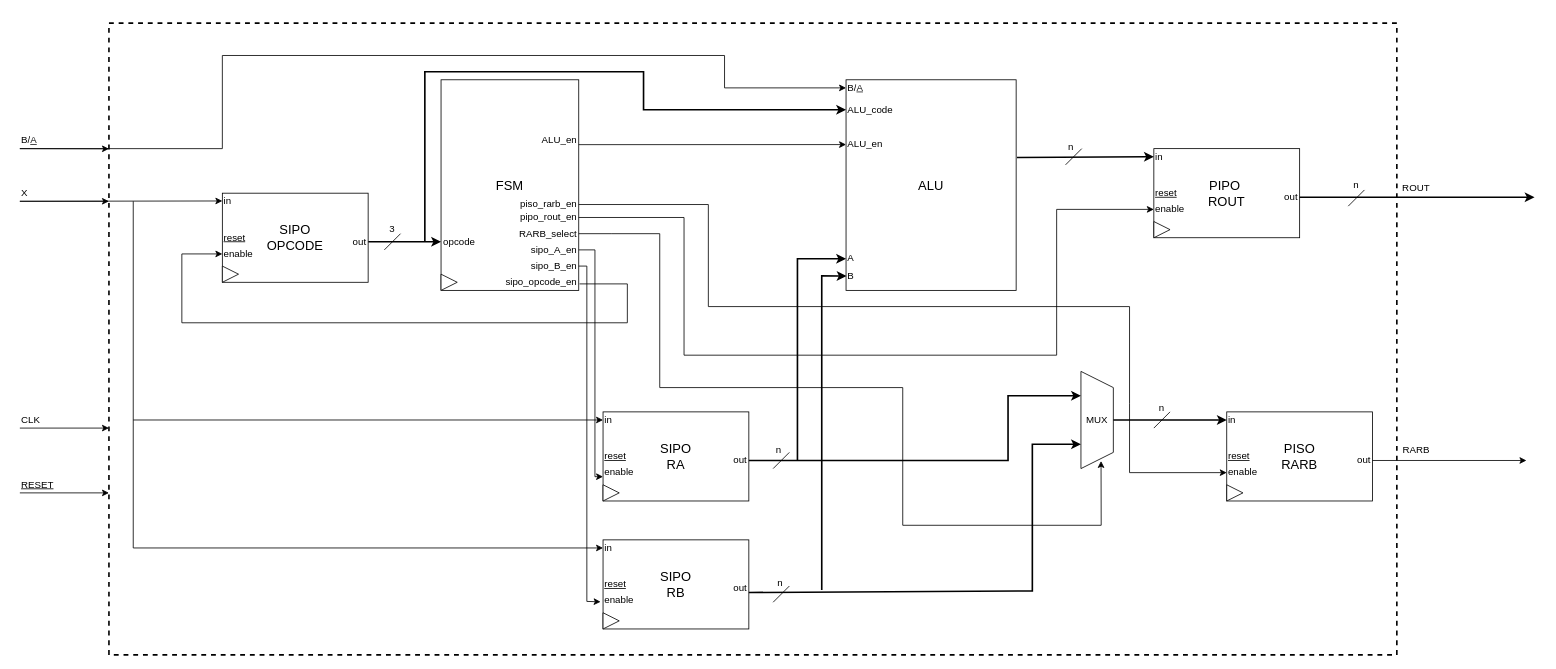
Before: docs/diagramma_blocchi.drawio in fdila/Multi-Operation-ALU-VHDL, a draw.io diagram. Source tidied: cells renumbered, new cells numbered last; positions are measured from the earlier drawing's top-left corner, leaving out a move shared by most shapes. Both pictures are drawn from the tidied source at 81%, with x=0, y=0 at pixel (19, 23).
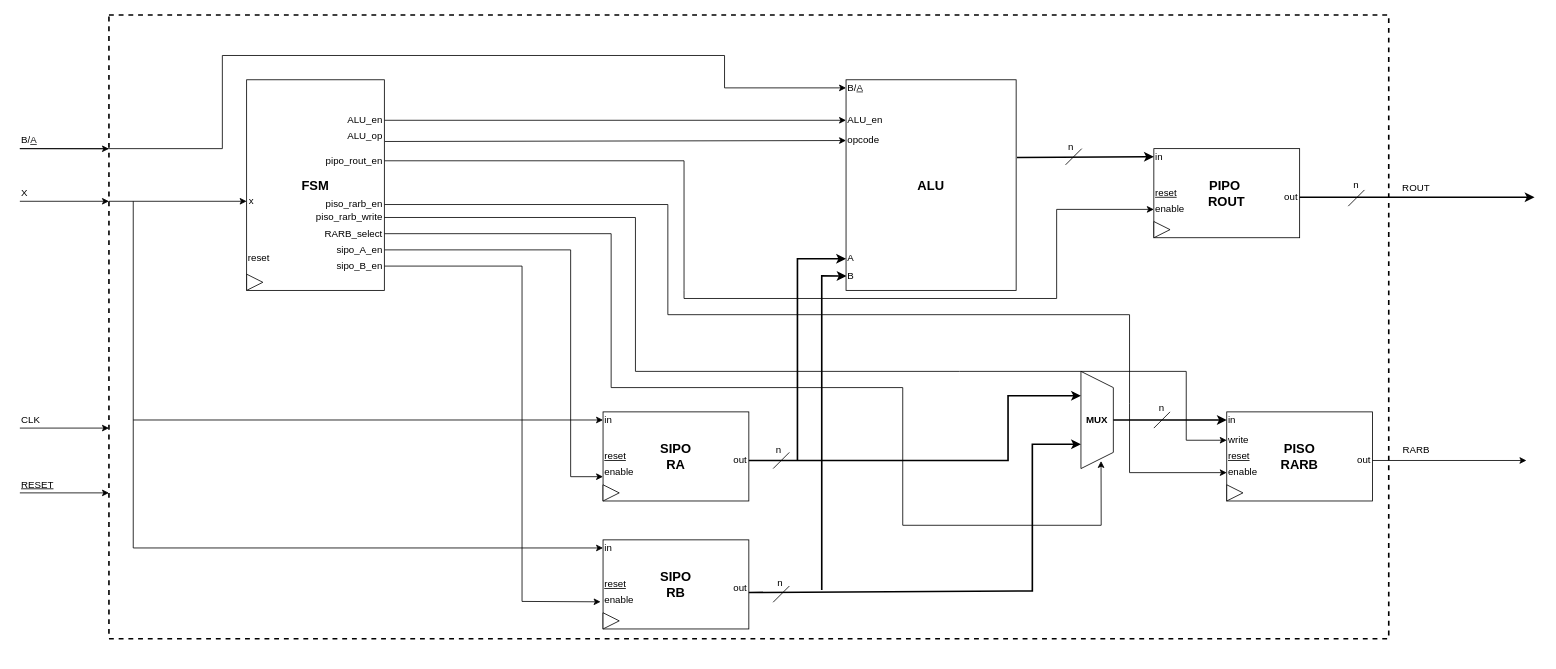
The same page after the edit.

Unchanged cells that the change refers to:
```xml
<mxCell id="12" style="group;" parent="1" vertex="1">
  <mxGeometry x="720" y="638" width="180" height="110" as="geometry" />
</mxCell>
<mxCell id="16" value="enable" style="text;html=1;strokeColor=none;fillColor=none;align=left;verticalAlign=middle;whiteSpace=wrap;rounded=0;" parent="12" vertex="1">
  <mxGeometry y="65" width="40" height="20" as="geometry" />
</mxCell>
<mxCell id="19" style="group;" parent="1" vertex="1">
  <mxGeometry x="720" y="480" width="180" height="110" as="geometry" />
</mxCell>
<mxCell id="26" style="group;" parent="1" vertex="1">
  <mxGeometry x="1400" y="155" width="180" height="110" as="geometry" />
</mxCell>
<mxCell id="30" value="enable" style="text;html=1;strokeColor=none;fillColor=none;align=left;verticalAlign=middle;whiteSpace=wrap;rounded=0;" parent="26" vertex="1">
  <mxGeometry y="65" width="40" height="20" as="geometry" />
</mxCell>
<mxCell id="44" style="group;" parent="1" vertex="1">
  <mxGeometry x="1490" y="480" width="180" height="110" as="geometry" />
</mxCell>
<mxCell id="48" value="enable" style="text;html=1;strokeColor=none;fillColor=none;align=left;verticalAlign=middle;whiteSpace=wrap;rounded=0;" parent="44" vertex="1">
  <mxGeometry y="65" width="40" height="20" as="geometry" />
</mxCell>
<mxCell id="51" style="shape=trapezoid;perimeter=trapezoidPerimeter;whiteSpace=wrap;html=1;fixedSize=1;strokeWidth=1;fillColor=none;align=center;rotation=90;" parent="1" vertex="1">
  <mxGeometry x="1270" y="470" width="120" height="40" as="geometry" />
</mxCell>
<mxCell id="68" value="B/&lt;font color=&quot;#202122&quot; face=&quot;sans-serif&quot;&gt;&lt;span style=&quot;background-color: rgb(255 , 255 , 255)&quot;&gt;&lt;u&gt;A&lt;/u&gt;&lt;/span&gt;&lt;/font&gt;" style="text;html=1;strokeColor=none;fillColor=none;align=left;verticalAlign=middle;whiteSpace=wrap;rounded=0;" parent="1" vertex="1">
  <mxGeometry y="135" width="40" height="20" as="geometry" />
</mxCell>
```

Diff of the diagram source:
```diff
@@
-    <mxCell id="2" style="rounded=0;whiteSpace=wrap;html=1;dashed=1;strokeWidth=2;fillColor=none;align=left;" parent="1" vertex="1">
-      <mxGeometry x="110" width="1590" height="780" as="geometry" />
-    </mxCell>
-    <mxCell id="3" value="3" style="text;html=1;strokeColor=none;fillColor=none;align=center;verticalAlign=middle;whiteSpace=wrap;rounded=0;" parent="1" vertex="1">
-      <mxGeometry x="440" y="244" width="40" height="20" as="geometry" />
-    </mxCell>
-    <mxCell id="4" value="&lt;font style=&quot;font-size: 16px&quot;&gt;FSM&lt;/font&gt;" style="rounded=0;whiteSpace=wrap;html=1;align=center;" parent="1" vertex="1">
-      <mxGeometry x="520" y="70" width="170" height="260" as="geometry" />
-    </mxCell>
-    <mxCell id="5" style="triangle;whiteSpace=wrap;html=1;align=left;" parent="1" vertex="1">
-      <mxGeometry x="520" y="310" width="20" height="20" as="geometry" />
-    </mxCell>
-    <mxCell id="6" value="opcode" style="text;html=1;strokeColor=none;fillColor=none;align=left;verticalAlign=middle;whiteSpace=wrap;rounded=0;" parent="1" vertex="1">
-      <mxGeometry x="521" y="260" width="40" height="20" as="geometry" />
-    </mxCell>
-    <mxCell id="7" style="endArrow=classic;html=1;rounded=0;" parent="1" edge="1">
-      <mxGeometry relative="1" as="geometry">
-        <mxPoint x="691" y="322" as="sourcePoint" />
-        <mxPoint x="250" y="285" as="targetPoint" />
-        <Array as="points">
-          <mxPoint x="750" y="322" />
-          <mxPoint x="750" y="370" />
-          <mxPoint x="200" y="370" />
-          <mxPoint x="200" y="285" />
-        </Array>
-      </mxGeometry>
-    </mxCell>
-    <mxCell id="8" value="sipo_opcode_en" style="text;html=1;strokeColor=none;fillColor=none;align=right;verticalAlign=middle;whiteSpace=wrap;rounded=0;" parent="1" vertex="1">
-      <mxGeometry x="600" y="310" width="90" height="20" as="geometry" />
-    </mxCell>
     <mxCell id="9" style="endArrow=classic;html=1;" parent="1" edge="1">
       <mxGeometry relative="1" as="geometry">
-        <mxPoint y="220" as="sourcePoint" />
-        <mxPoint x="250" y="219.6" as="targetPoint" />
+        <mxPoint x="110" y="220" as="sourcePoint" />
+        <mxPoint x="280" y="220" as="targetPoint" />
       </mxGeometry>
     </mxCell>
-    <mxCell id="10" style="endArrow=classic;html=1;exitX=1;exitY=0.5;exitDx=0;exitDy=0;strokeWidth=2;" parent="1" edge="1" source="40">
-      <mxGeometry relative="1" as="geometry">
-        <mxPoint x="520" y="270" as="targetPoint" />
-      </mxGeometry>
-    </mxCell>
@@
-    <mxCell id="13" value="&lt;font style=&quot;font-size: 16px&quot;&gt;SIPO&lt;br&gt;RB&lt;/font&gt;" style="rounded=0;whiteSpace=wrap;html=1;" parent="12" vertex="1">
+    <mxCell id="13" value="&lt;font style=&quot;font-size: 16px&quot;&gt;&lt;b&gt;SIPO&lt;br&gt;RB&lt;/b&gt;&lt;/font&gt;" style="rounded=0;whiteSpace=wrap;html=1;" parent="12" vertex="1">
       <mxGeometry width="180" height="110" as="geometry" />
     </mxCell>
@@
-    <mxCell id="20" value="&lt;font style=&quot;font-size: 16px&quot;&gt;SIPO&lt;br&gt;RA&lt;/font&gt;" style="rounded=0;whiteSpace=wrap;html=1;" parent="19" vertex="1">
+    <mxCell id="20" value="&lt;font style=&quot;font-size: 16px&quot;&gt;&lt;b&gt;SIPO&lt;br&gt;RA&lt;/b&gt;&lt;/font&gt;" style="rounded=0;whiteSpace=wrap;html=1;" parent="19" vertex="1">
       <mxGeometry width="180" height="110" as="geometry" />
     </mxCell>
@@
-    <mxCell id="27" value="&lt;span style=&quot;font-size: 16px&quot;&gt;PIPO&amp;nbsp;&lt;br&gt;&lt;/span&gt;&lt;font style=&quot;font-size: 16px&quot;&gt;ROUT&lt;/font&gt;" style="rounded=0;whiteSpace=wrap;html=1;" parent="26" vertex="1">
+    <mxCell id="27" value="&lt;b&gt;&lt;span style=&quot;font-size: 16px&quot;&gt;PIPO&amp;nbsp;&lt;br&gt;&lt;/span&gt;&lt;font style=&quot;font-size: 16px&quot;&gt;ROUT&lt;/font&gt;&lt;/b&gt;" style="rounded=0;whiteSpace=wrap;html=1;" parent="26" vertex="1">
       <mxGeometry width="180" height="110" as="geometry" />
     </mxCell>
@@
-    <mxCell id="33" value="&lt;font style=&quot;font-size: 16px&quot;&gt;ALU&lt;/font&gt;" style="rounded=0;whiteSpace=wrap;html=1;align=center;" parent="1" vertex="1">
-      <mxGeometry x="1020" y="70" width="210" height="260" as="geometry" />
-    </mxCell>
@@
-    <mxCell id="35" value="&lt;font style=&quot;font-size: 16px&quot;&gt;SIPO&lt;br&gt;OPCODE&lt;/font&gt;" style="rounded=0;whiteSpace=wrap;html=1;" parent="1" vertex="1">
-      <mxGeometry x="250" y="210" width="180" height="110" as="geometry" />
-    </mxCell>
-    <mxCell id="36" value="in" style="text;html=1;strokeColor=none;fillColor=none;align=left;verticalAlign=middle;whiteSpace=wrap;rounded=0;" parent="1" vertex="1">
-      <mxGeometry x="250" y="210" width="40" height="20" as="geometry" />
-    </mxCell>
-    <mxCell id="37" value="&lt;u&gt;reset&lt;/u&gt;" style="text;html=1;strokeColor=none;fillColor=none;align=left;verticalAlign=middle;whiteSpace=wrap;rounded=0;" parent="1" vertex="1">
-      <mxGeometry x="250" y="255" width="40" height="20" as="geometry" />
-    </mxCell>
-    <mxCell id="38" value="enable" style="text;html=1;strokeColor=none;fillColor=none;align=left;verticalAlign=middle;whiteSpace=wrap;rounded=0;" parent="1" vertex="1">
-      <mxGeometry x="250" y="275" width="40" height="20" as="geometry" />
-    </mxCell>
-    <mxCell id="39" style="triangle;whiteSpace=wrap;html=1;align=left;" parent="1" vertex="1">
-      <mxGeometry x="250" y="300" width="20" height="20" as="geometry" />
-    </mxCell>
-    <mxCell id="40" value="out" style="text;html=1;strokeColor=none;fillColor=none;align=right;verticalAlign=middle;whiteSpace=wrap;rounded=0;" parent="1" vertex="1">
-      <mxGeometry x="390" y="260" width="40" height="20" as="geometry" />
-    </mxCell>
-    <mxCell id="41" style="endArrow=none;html=1;" parent="1" edge="1">
-      <mxGeometry x="-430" y="-920" as="geometry">
-        <mxPoint x="450" y="280" as="sourcePoint" />
-        <mxPoint x="470" y="260" as="targetPoint" />
-      </mxGeometry>
-    </mxCell>
@@
-    <mxCell id="45" value="&lt;font style=&quot;font-size: 16px&quot;&gt;PISO&lt;br&gt;RARB&lt;/font&gt;" style="rounded=0;whiteSpace=wrap;html=1;" parent="44" vertex="1">
+    <mxCell id="45" value="&lt;font style=&quot;font-size: 16px&quot;&gt;&lt;b&gt;PISO&lt;br&gt;RARB&lt;/b&gt;&lt;/font&gt;" style="rounded=0;whiteSpace=wrap;html=1;" parent="44" vertex="1">
       <mxGeometry width="180" height="110" as="geometry" />
     </mxCell>
@@
+    <mxCell id="98" value="write" style="text;html=1;strokeColor=none;fillColor=none;align=left;verticalAlign=middle;whiteSpace=wrap;rounded=0;" parent="44" vertex="1">
+      <mxGeometry y="25" width="40" height="20" as="geometry" />
+    </mxCell>
@@
-    <mxCell id="59" value="MUX" style="text;html=1;strokeColor=none;fillColor=none;align=center;verticalAlign=middle;whiteSpace=wrap;rounded=0;" parent="1" vertex="1">
+    <mxCell id="59" value="&lt;b&gt;MUX&lt;/b&gt;" style="text;html=1;strokeColor=none;fillColor=none;align=center;verticalAlign=middle;whiteSpace=wrap;rounded=0;" parent="1" vertex="1">
       <mxGeometry x="1310" y="480" width="40" height="20" as="geometry" />
     </mxCell>
@@
-    <mxCell id="63" value="B/&lt;font color=&quot;#202122&quot; face=&quot;sans-serif&quot;&gt;&lt;span style=&quot;background-color: rgb(255 , 255 , 255)&quot;&gt;&lt;u&gt;A&lt;/u&gt;&lt;/span&gt;&lt;/font&gt;" style="text;html=1;strokeColor=none;fillColor=none;align=left;verticalAlign=middle;whiteSpace=wrap;rounded=0;" parent="1" vertex="1">
-      <mxGeometry x="1020" y="70" width="40" height="20" as="geometry" />
-    </mxCell>
@@
-    <mxCell id="65" value="B" style="text;html=1;strokeColor=none;fillColor=none;align=left;verticalAlign=middle;whiteSpace=wrap;rounded=0;" parent="1" vertex="1">
-      <mxGeometry x="1020" y="303" width="40" height="20" as="geometry" />
-    </mxCell>
-    <mxCell id="66" value="A" style="text;html=1;strokeColor=none;fillColor=none;align=left;verticalAlign=middle;whiteSpace=wrap;rounded=0;" parent="1" vertex="1">
-      <mxGeometry x="1020" y="280" width="40" height="20" as="geometry" />
-    </mxCell>
@@
-    <mxCell id="75" value="sipo_B_en" style="text;html=1;strokeColor=none;fillColor=none;align=right;verticalAlign=middle;whiteSpace=wrap;rounded=0;" parent="1" vertex="1">
-      <mxGeometry x="600" y="290" width="90" height="20" as="geometry" />
-    </mxCell>
-    <mxCell id="76" value="sipo_A_en" style="text;html=1;strokeColor=none;fillColor=none;align=right;verticalAlign=middle;whiteSpace=wrap;rounded=0;" parent="1" vertex="1">
-      <mxGeometry x="600" y="270" width="90" height="20" as="geometry" />
-    </mxCell>
-    <mxCell id="77" value="RARB_select" style="text;html=1;strokeColor=none;fillColor=none;align=right;verticalAlign=middle;whiteSpace=wrap;rounded=0;" parent="1" vertex="1">
-      <mxGeometry x="600" y="250" width="90" height="20" as="geometry" />
-    </mxCell>
-    <mxCell id="78" value="ALU_code" style="text;html=1;strokeColor=none;fillColor=none;align=left;verticalAlign=middle;whiteSpace=wrap;rounded=0;dashed=1;" parent="1" vertex="1">
-      <mxGeometry x="1020" y="97" width="60" height="20" as="geometry" />
-    </mxCell>
-    <mxCell id="79" value="pipo_rout_en" style="text;html=1;strokeColor=none;fillColor=none;align=right;verticalAlign=middle;whiteSpace=wrap;rounded=0;" parent="1" vertex="1">
-      <mxGeometry x="600" y="230" width="90" height="20" as="geometry" />
-    </mxCell>
@@
     <mxCell id="84" style="endArrow=classic;html=1;rounded=0;exitX=1;exitY=0.5;exitDx=0;exitDy=0;" parent="1" edge="1" source="76">
       <mxGeometry relative="1" as="geometry">
         <mxPoint x="720" y="560" as="targetPoint" />
         <Array as="points">
-          <mxPoint x="710" y="280" />
-          <mxPoint x="710" y="560" />
+          <mxPoint x="680" y="280" />
+          <mxPoint x="680" y="560" />
         </Array>
       </mxGeometry>
     </mxCell>
     <mxCell id="85" style="endArrow=classic;html=1;strokeColor=#000000;entryX=-0.076;entryY=0.574;entryDx=0;entryDy=0;entryPerimeter=0;exitX=1;exitY=0.5;exitDx=0;exitDy=0;rounded=0;" parent="1" edge="1" source="75" target="16">
       <mxGeometry relative="1" as="geometry">
         <Array as="points">
-          <mxPoint x="700" y="300" />
-          <mxPoint x="700" y="714" />
+          <mxPoint x="620" y="300" />
+          <mxPoint x="620" y="714" />
         </Array>
       </mxGeometry>
     </mxCell>
     <mxCell id="86" style="endArrow=classic;html=1;strokeColor=#000000;exitX=1;exitY=0.5;exitDx=0;exitDy=0;entryX=0.922;entryY=0.38;entryDx=0;entryDy=0;entryPerimeter=0;rounded=0;" parent="1" edge="1" source="77" target="51">
       <mxGeometry relative="1" as="geometry">
         <Array as="points">
           <mxPoint x="730" y="260" />
-          <mxPoint x="790" y="260" />
-          <mxPoint x="790" y="450" />
+          <mxPoint x="730" y="450" />
           <mxPoint x="1090" y="450" />
           <mxPoint x="1090" y="620" />
           <mxPoint x="1335" y="620" />
         </Array>
       </mxGeometry>
     </mxCell>
     <mxCell id="87" style="endArrow=classic;html=1;entryX=0;entryY=0.5;entryDx=0;entryDy=0;exitX=1;exitY=0.5;exitDx=0;exitDy=0;rounded=0;" parent="1" edge="1" source="79" target="30">
       <mxGeometry relative="1" as="geometry">
         <Array as="points">
-          <mxPoint x="820" y="240" />
-          <mxPoint x="820" y="410" />
-          <mxPoint x="1280" y="410" />
+          <mxPoint x="820" y="170" />
+          <mxPoint x="820" y="330" />
+          <mxPoint x="820" y="340" />
+          <mxPoint x="1280" y="340" />
           <mxPoint x="1280" y="230" />
         </Array>
       </mxGeometry>
     </mxCell>
@@
-    <mxCell id="90" style="endArrow=classic;html=1;strokeColor=#000000;strokeWidth=1;exitX=0;exitY=1;exitDx=0;exitDy=0;entryX=0;entryY=0.199;entryDx=0;entryDy=0;entryPerimeter=0;" parent="1" edge="1" source="68" target="2">
-      <mxGeometry relative="1" as="geometry" />
+    <mxCell id="90" style="endArrow=classic;html=1;strokeColor=#000000;strokeWidth=1;exitX=0;exitY=1;exitDx=0;exitDy=0;entryX=0;entryY=0.199;entryDx=0;entryDy=0;entryPerimeter=0;" parent="1" edge="1" source="68">
+      <mxGeometry relative="1" as="geometry">
+        <mxPoint x="110" y="155.2" as="targetPoint" />
+      </mxGeometry>
     </mxCell>
@@
+    <mxCell id="93" style="endArrow=classic;html=1;strokeColor=#000000;strokeWidth=1;exitX=1;exitY=0.5;exitDx=0;exitDy=0;entryX=0;entryY=0.5;entryDx=0;entryDy=0;rounded=0;" parent="1" edge="1" source="92" target="48">
+      <mxGeometry relative="1" as="geometry">
+        <Array as="points">
+          <mxPoint x="800" y="224" />
+          <mxPoint x="800" y="360" />
+          <mxPoint x="1370" y="360" />
+          <mxPoint x="1370" y="470" />
+          <mxPoint x="1370" y="555" />
+        </Array>
+      </mxGeometry>
+    </mxCell>
+    <mxCell id="96" style="endArrow=classic;html=1;strokeColor=#000000;strokeWidth=1;exitX=1;exitY=0.5;exitDx=0;exitDy=0;entryX=0;entryY=0.5;entryDx=0;entryDy=0;" parent="1" edge="1" source="95" target="97">
+      <mxGeometry relative="1" as="geometry" />
+    </mxCell>
+    <mxCell id="99" style="group;" parent="1" vertex="1">
+      <mxGeometry x="280" y="70" width="170" height="260" as="geometry" />
+    </mxCell>
+    <mxCell id="4" value="&lt;font style=&quot;font-size: 16px&quot;&gt;&lt;b&gt;FSM&lt;/b&gt;&lt;/font&gt;" style="rounded=0;whiteSpace=wrap;html=1;align=center;" parent="99" vertex="1">
+      <mxGeometry width="170" height="260" as="geometry" />
+    </mxCell>
+    <mxCell id="5" style="triangle;whiteSpace=wrap;html=1;align=left;" parent="99" vertex="1">
+      <mxGeometry y="240" width="20" height="20" as="geometry" />
+    </mxCell>
+    <mxCell id="75" value="sipo_B_en" style="text;html=1;strokeColor=none;fillColor=none;align=right;verticalAlign=middle;whiteSpace=wrap;rounded=0;" parent="99" vertex="1">
+      <mxGeometry x="80" y="220" width="90" height="20" as="geometry" />
+    </mxCell>
+    <mxCell id="76" value="sipo_A_en" style="text;html=1;strokeColor=none;fillColor=none;align=right;verticalAlign=middle;whiteSpace=wrap;rounded=0;" parent="99" vertex="1">
+      <mxGeometry x="80" y="200" width="90" height="20" as="geometry" />
+    </mxCell>
+    <mxCell id="77" value="RARB_select" style="text;html=1;strokeColor=none;fillColor=none;align=right;verticalAlign=middle;whiteSpace=wrap;rounded=0;" parent="99" vertex="1">
+      <mxGeometry x="80" y="180" width="90" height="20" as="geometry" />
+    </mxCell>
+    <mxCell id="79" value="pipo_rout_en" style="text;html=1;strokeColor=none;fillColor=none;align=right;verticalAlign=middle;whiteSpace=wrap;rounded=0;" parent="99" vertex="1">
+      <mxGeometry x="80" y="90" width="90" height="20" as="geometry" />
+    </mxCell>
-    <mxCell id="92" value="piso_rarb_en" style="text;html=1;strokeColor=none;fillColor=none;align=right;verticalAlign=middle;whiteSpace=wrap;rounded=0;" parent="1" vertex="1">
-      <mxGeometry x="600" y="214" width="90" height="20" as="geometry" />
+    <mxCell id="92" value="piso_rarb_en" style="text;html=1;strokeColor=none;fillColor=none;align=right;verticalAlign=middle;whiteSpace=wrap;rounded=0;" parent="99" vertex="1">
+      <mxGeometry x="80" y="144" width="90" height="20" as="geometry" />
     </mxCell>
-    <mxCell id="93" style="endArrow=classic;html=1;strokeColor=#000000;strokeWidth=1;exitX=1;exitY=0.5;exitDx=0;exitDy=0;entryX=0;entryY=0.5;entryDx=0;entryDy=0;rounded=0;" parent="1" edge="1" source="92" target="48">
-      <mxGeometry relative="1" as="geometry">
-        <Array as="points">
-          <mxPoint x="850" y="224" />
-          <mxPoint x="850" y="350" />
-          <mxPoint x="1370" y="350" />
-          <mxPoint x="1370" y="470" />
-          <mxPoint x="1370" y="555" />
-        </Array>
-      </mxGeometry>
-    </mxCell>
-    <mxCell id="94" style="endArrow=classic;html=1;strokeColor=#000000;strokeWidth=2;rounded=0;entryX=0;entryY=0.5;entryDx=0;entryDy=0;" parent="1" edge="1" target="78">
-      <mxGeometry relative="1" as="geometry">
-        <mxPoint x="500" y="270" as="sourcePoint" />
-        <Array as="points">
-          <mxPoint x="500" y="60" />
-          <mxPoint x="770" y="60" />
-          <mxPoint x="770" y="107" />
-        </Array>
-      </mxGeometry>
-    </mxCell>
-    <mxCell id="95" value="ALU_en" style="text;html=1;strokeColor=none;fillColor=none;align=right;verticalAlign=middle;whiteSpace=wrap;rounded=0;dashed=1;" parent="1" vertex="1">
-      <mxGeometry x="640" y="135" width="50" height="20" as="geometry" />
+    <mxCell id="95" value="ALU_en" style="text;html=1;strokeColor=none;fillColor=none;align=right;verticalAlign=middle;whiteSpace=wrap;rounded=0;dashed=1;" parent="99" vertex="1">
+      <mxGeometry x="120" y="40" width="50" height="20" as="geometry" />
     </mxCell>
-    <mxCell id="96" style="endArrow=classic;html=1;strokeColor=#000000;strokeWidth=1;exitX=1;exitY=0.308;exitDx=0;exitDy=0;exitPerimeter=0;" parent="1" edge="1" source="4">
-      <mxGeometry relative="1" as="geometry">
-        <mxPoint x="1020" y="150" as="targetPoint" />
-      </mxGeometry>
-    </mxCell>
+    <mxCell id="36" value="x" style="text;html=1;strokeColor=none;fillColor=none;align=left;verticalAlign=middle;whiteSpace=wrap;rounded=0;" parent="99" vertex="1">
+      <mxGeometry x="1" y="140" width="40" height="20" as="geometry" />
+    </mxCell>
+    <mxCell id="100" value="ALU_op" style="text;html=1;strokeColor=none;fillColor=none;align=right;verticalAlign=middle;whiteSpace=wrap;rounded=0;dashed=1;" parent="99" vertex="1">
+      <mxGeometry x="120" y="60" width="50" height="20" as="geometry" />
+    </mxCell>
+    <mxCell id="101" value="piso_rarb_write" style="text;html=1;strokeColor=none;fillColor=none;align=right;verticalAlign=middle;whiteSpace=wrap;rounded=0;" parent="99" vertex="1">
+      <mxGeometry x="80" y="160" width="90" height="20" as="geometry" />
+    </mxCell>
+    <mxCell id="37" value="reset" style="text;html=1;strokeColor=none;fillColor=none;align=left;verticalAlign=middle;whiteSpace=wrap;rounded=0;" parent="99" vertex="1">
+      <mxGeometry y="210" width="40" height="20" as="geometry" />
+    </mxCell>
+    <mxCell id="102" style="endArrow=classic;html=1;exitX=1.004;exitY=0.293;exitDx=0;exitDy=0;exitPerimeter=0;entryX=0;entryY=0.5;entryDx=0;entryDy=0;" parent="1" edge="1" source="4" target="78">
+      <mxGeometry relative="1" as="geometry" />
+    </mxCell>
+    <mxCell id="103" style="endArrow=classic;html=1;exitX=1;exitY=0.5;exitDx=0;exitDy=0;entryX=0;entryY=0.5;entryDx=0;entryDy=0;rounded=0;" parent="1" edge="1" source="101" target="98">
+      <mxGeometry relative="1" as="geometry">
+        <Array as="points">
+          <mxPoint x="760" y="240" />
+          <mxPoint x="760" y="430" />
+          <mxPoint x="1160" y="430" />
+          <mxPoint x="1440" y="430" />
+          <mxPoint x="1440" y="515" />
+        </Array>
+      </mxGeometry>
+    </mxCell>
+    <mxCell id="104" style="group;" parent="1" vertex="1">
+      <mxGeometry x="1020" y="70" width="210" height="260" as="geometry" />
+    </mxCell>
+    <mxCell id="33" value="&lt;font style=&quot;font-size: 16px&quot;&gt;&lt;b&gt;ALU&lt;/b&gt;&lt;/font&gt;" style="rounded=0;whiteSpace=wrap;html=1;align=center;" parent="104" vertex="1">
+      <mxGeometry width="210" height="260" as="geometry" />
+    </mxCell>
+    <mxCell id="63" value="B/&lt;font color=&quot;#202122&quot; face=&quot;sans-serif&quot;&gt;&lt;span style=&quot;background-color: rgb(255 , 255 , 255)&quot;&gt;&lt;u&gt;A&lt;/u&gt;&lt;/span&gt;&lt;/font&gt;" style="text;html=1;strokeColor=none;fillColor=none;align=left;verticalAlign=middle;whiteSpace=wrap;rounded=0;" parent="104" vertex="1">
+      <mxGeometry width="40" height="20" as="geometry" />
+    </mxCell>
+    <mxCell id="65" value="B" style="text;html=1;strokeColor=none;fillColor=none;align=left;verticalAlign=middle;whiteSpace=wrap;rounded=0;" parent="104" vertex="1">
+      <mxGeometry y="233" width="40" height="20" as="geometry" />
+    </mxCell>
+    <mxCell id="66" value="A" style="text;html=1;strokeColor=none;fillColor=none;align=left;verticalAlign=middle;whiteSpace=wrap;rounded=0;" parent="104" vertex="1">
+      <mxGeometry y="210" width="40" height="20" as="geometry" />
+    </mxCell>
+    <mxCell id="78" value="opcode" style="text;html=1;strokeColor=none;fillColor=none;align=left;verticalAlign=middle;whiteSpace=wrap;rounded=0;dashed=1;" parent="104" vertex="1">
+      <mxGeometry y="65" width="60" height="20" as="geometry" />
+    </mxCell>
-    <mxCell id="97" value="ALU_en" style="text;html=1;strokeColor=none;fillColor=none;align=left;verticalAlign=middle;whiteSpace=wrap;rounded=0;dashed=1;" parent="1" vertex="1">
-      <mxGeometry x="1020" y="139" width="60" height="20" as="geometry" />
+    <mxCell id="97" value="ALU_en" style="text;html=1;strokeColor=none;fillColor=none;align=left;verticalAlign=middle;whiteSpace=wrap;rounded=0;dashed=1;" parent="104" vertex="1">
+      <mxGeometry y="40" width="60" height="20" as="geometry" />
     </mxCell>
+    <mxCell id="105" style="rounded=0;whiteSpace=wrap;html=1;fillColor=none;dashed=1;strokeWidth=2;" parent="1" vertex="1">
+      <mxGeometry x="110" y="-10" width="1580" height="770" as="geometry" />
+    </mxCell>
```
